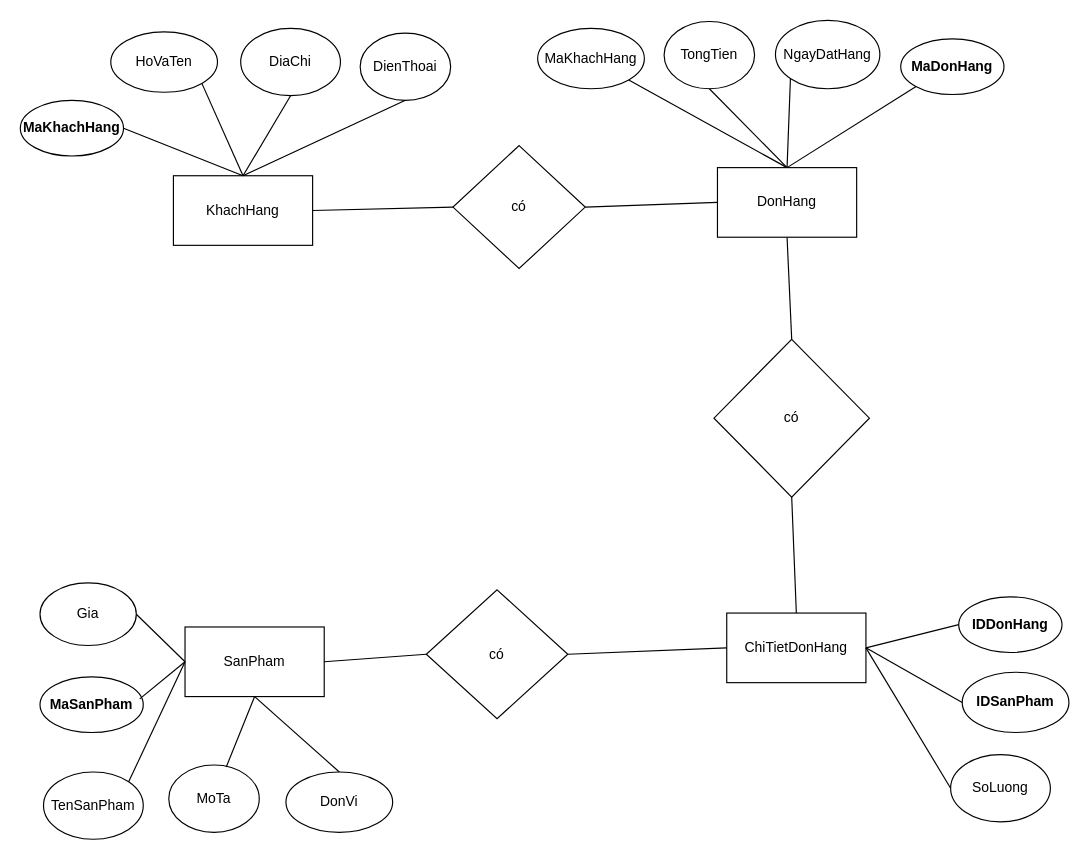
Above: page "Lược Đồ ER" (1 of 2) of DuAn3.drawio in PhamThom129D/DeThiMau (draw.io), before the change. Source tidied: cells renumbered, new cells numbered last; positions are measured from the earlier drawing's top-left corner, leaving out a move shared by most shapes. Both pictures are drawn from the tidied source at 116%, with x=0, y=0 at pixel (20, 20).
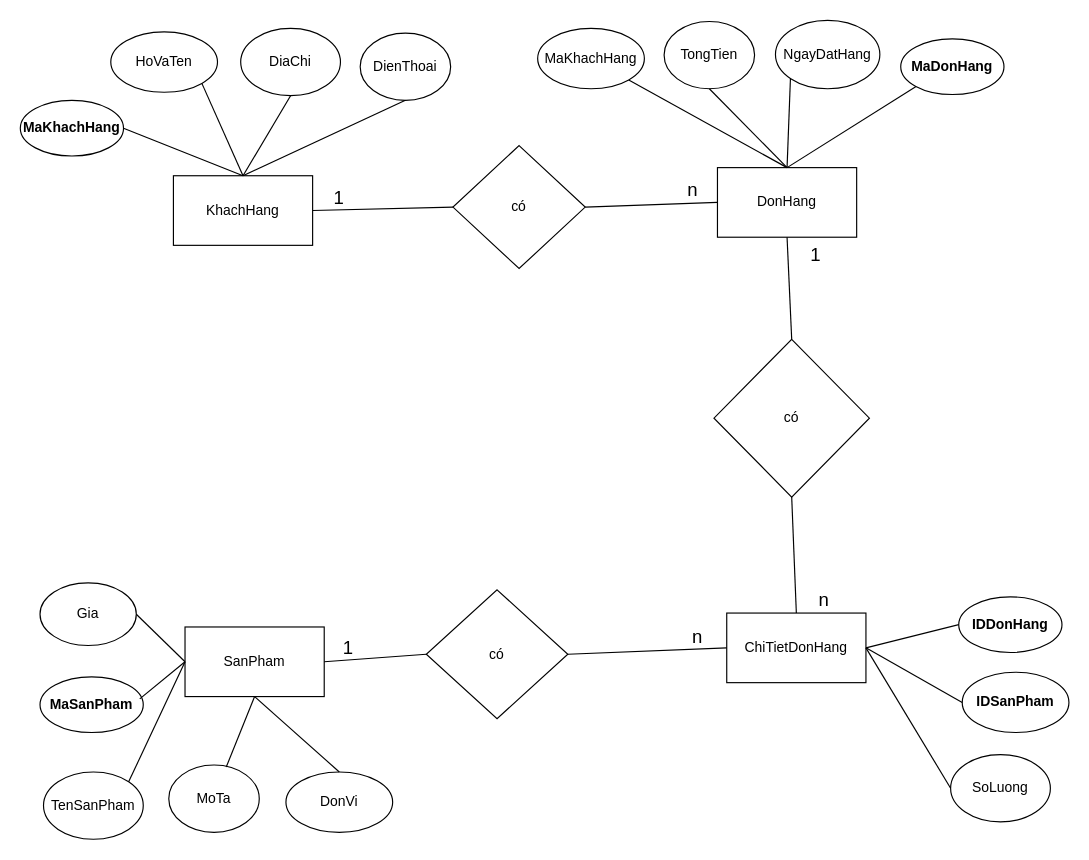
The same page after the edit.

The edit, as a diff of the source:
```diff
@@
+    <mxCell id="47" value="1" style="text;html=1;align=center;verticalAlign=middle;whiteSpace=wrap;rounded=0;fontSize=16;" parent="1" vertex="1">
+      <mxGeometry x="254" y="145" width="42" height="15" as="geometry" />
+    </mxCell>
+    <mxCell id="48" value="n" style="text;html=1;align=center;verticalAlign=middle;whiteSpace=wrap;rounded=0;fontSize=16;" parent="1" vertex="1">
+      <mxGeometry x="559" y="138" width="42" height="15" as="geometry" />
+    </mxCell>
+    <mxCell id="49" value="1" style="text;html=1;align=center;verticalAlign=middle;whiteSpace=wrap;rounded=0;fontSize=16;" parent="1" vertex="1">
+      <mxGeometry x="665" y="194" width="42" height="15" as="geometry" />
+    </mxCell>
+    <mxCell id="50" value="n" style="text;html=1;align=center;verticalAlign=middle;whiteSpace=wrap;rounded=0;fontSize=16;" parent="1" vertex="1">
+      <mxGeometry x="672" y="491" width="42" height="15" as="geometry" />
+    </mxCell>
+    <mxCell id="51" value="1" style="text;html=1;align=center;verticalAlign=middle;whiteSpace=wrap;rounded=0;fontSize=16;" parent="1" vertex="1">
+      <mxGeometry x="262" y="533.5" width="42" height="15" as="geometry" />
+    </mxCell>
+    <mxCell id="52" value="n" style="text;html=1;align=center;verticalAlign=middle;whiteSpace=wrap;rounded=0;fontSize=16;" parent="1" vertex="1">
+      <mxGeometry x="563" y="523" width="42" height="15" as="geometry" />
+    </mxCell>
```
